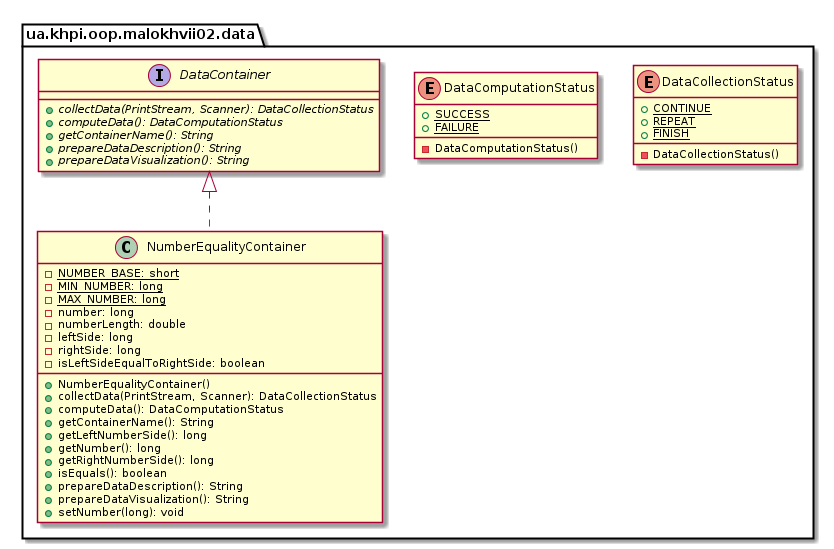
Earlier version of the PlantUML export malokhvii-eduard/malokhvii02/doc/plantuml/png/ua.khpi.oop.malokhvii02.data.package.png (P-Kalin/kit26a).
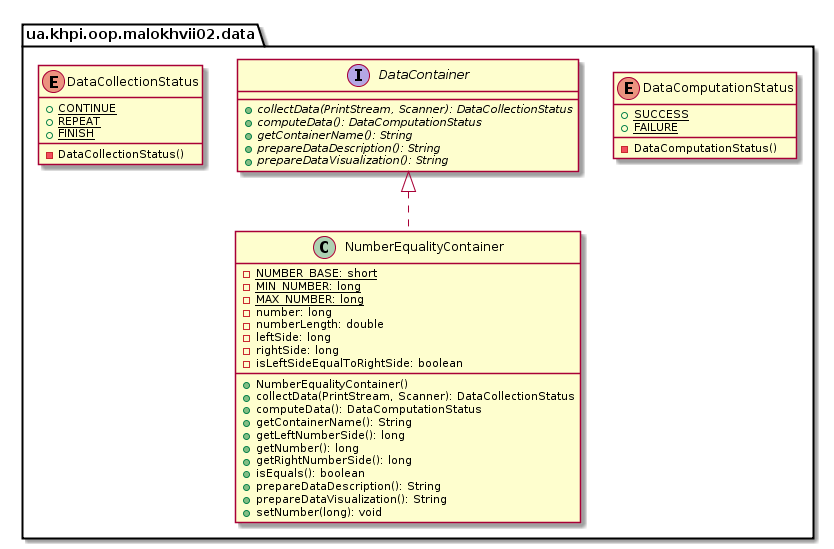
Later version of the same file.

The edit, as a diff of the source:
```diff
@@ -2,11 +2,10 @@
 
     namespace ua.khpi.oop.malokhvii02.data {
 
-        enum DataCollectionStatus {
-            {static} +CONTINUE
-            {static} +REPEAT
-            {static} +FINISH
-            -DataCollectionStatus()
+        enum DataComputationStatus {
+            {static} +SUCCESS
+            {static} +FAILURE
+            -DataComputationStatus()
         }
 
         class NumberEqualityContainer {
@@ -31,12 +30,6 @@
             +setNumber(long): void
         }
 
-        enum DataComputationStatus {
-            {static} +SUCCESS
-            {static} +FAILURE
-            -DataComputationStatus()
-        }
-
         interface DataContainer {
             {abstract} +collectData(PrintStream, Scanner): DataCollectionStatus
             {abstract} +computeData(): DataComputationStatus
@@ -45,6 +38,13 @@
             {abstract} +prepareDataVisualization(): String
         }
 
+        enum DataCollectionStatus {
+            {static} +CONTINUE
+            {static} +REPEAT
+            {static} +FINISH
+            -DataCollectionStatus()
+        }
+
         DataContainer <|.. NumberEqualityContainer
 
     }
```
